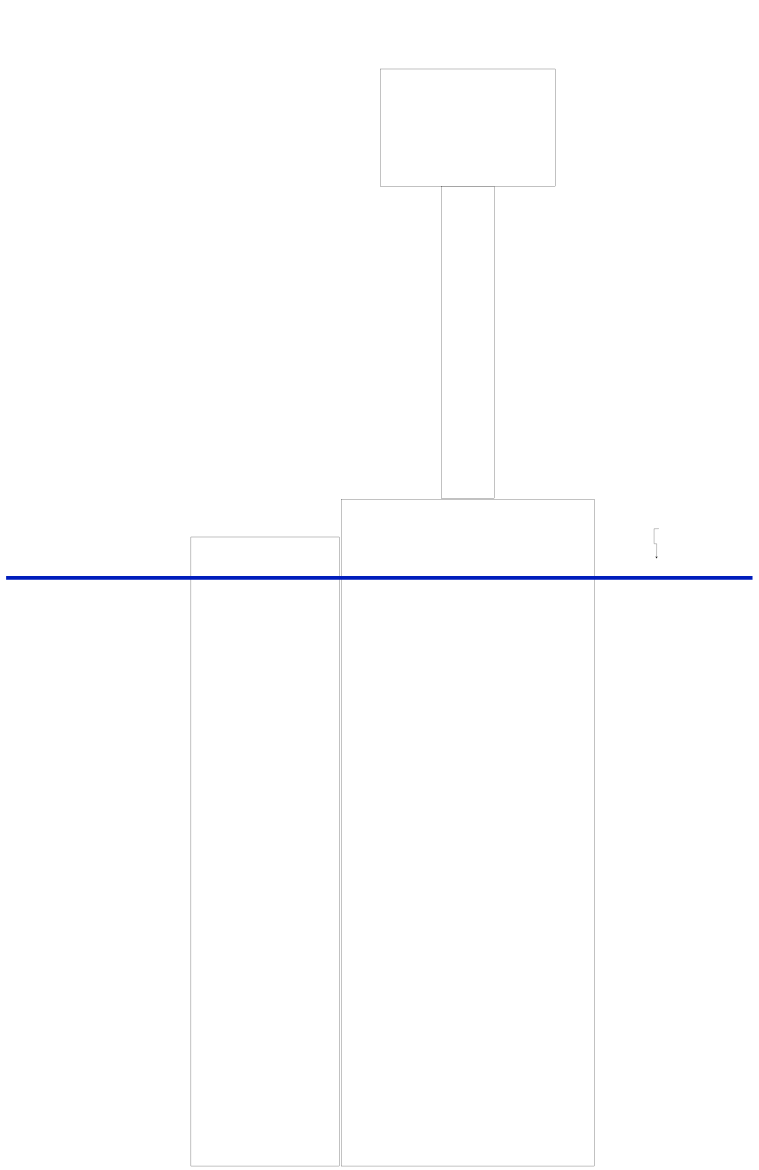
Earlier version of the draw.io diagram Syla Planning.drawio (Bobfrank15/SYLA). Source tidied: cells renumbered, new cells numbered last; positions are measured from the earlier drawing's top-left corner, leaving out a move shared by most shapes. Both pictures are drawn from the tidied source at 24%, with x=0, y=0 at pixel (6, 69).
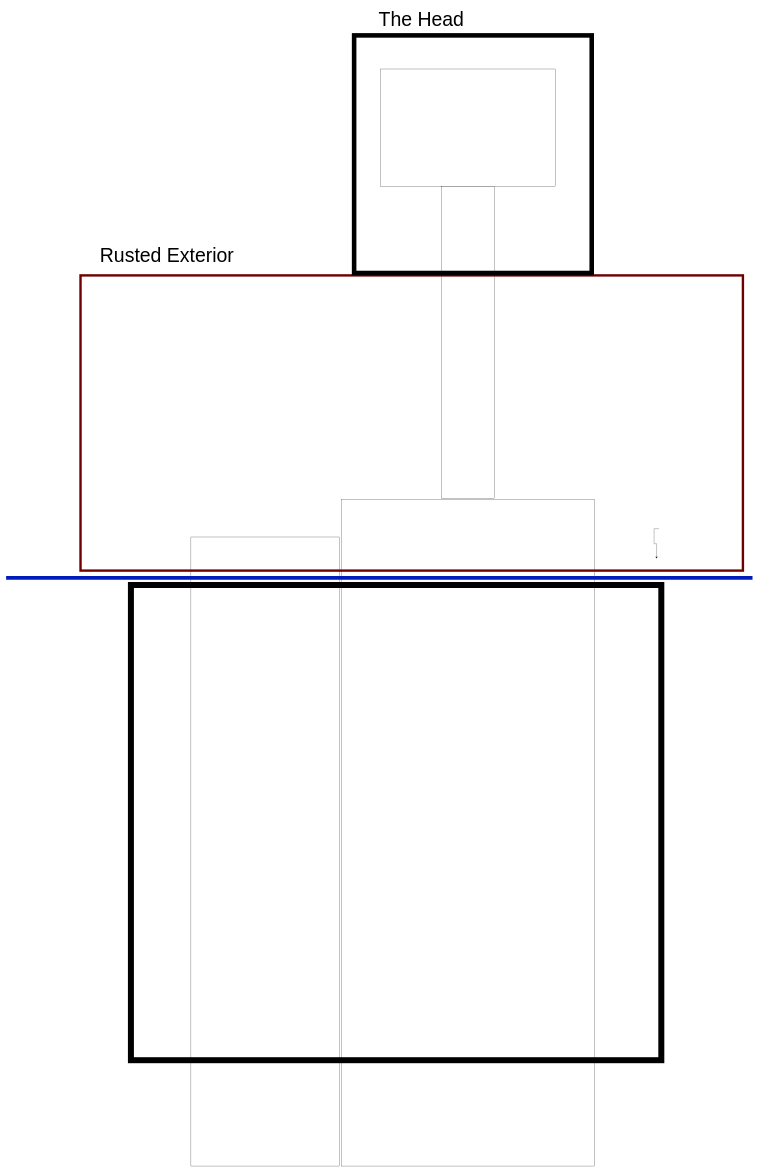
The same diagram, later.

What changed in the source:
```diff
@@
 <mxGraphModel>
   <root>
     <mxCell id="0" />
     <mxCell id="1" parent="0" />
     <mxCell id="2" style="rounded=0;whiteSpace=wrap;html=1;" parent="1" vertex="1">
       <mxGeometry x="1560" width="730" height="490" as="geometry" />
     </mxCell>
     <mxCell id="3" style="rounded=0;whiteSpace=wrap;html=1;" parent="1" vertex="1">
       <mxGeometry x="1815" y="490" width="220" height="1300" as="geometry" />
     </mxCell>
     <mxCell id="4" style="rounded=0;whiteSpace=wrap;html=1;" parent="1" vertex="1">
       <mxGeometry x="1397.5" y="1793" width="1055" height="2778" as="geometry" />
     </mxCell>
     <mxCell id="5" style="edgeStyle=orthogonalEdgeStyle;rounded=0;orthogonalLoop=1;jettySize=auto;html=1;exitX=0;exitY=0.5;exitDx=0;exitDy=0;defaultLabelBackgroundColor=page;" parent="1" edge="1">
       <mxGeometry relative="1" as="geometry">
         <mxPoint x="2720" y="1915" as="sourcePoint" />
         <mxPoint x="2710" y="2040" as="targetPoint" />
       </mxGeometry>
     </mxCell>
     <mxCell id="6" style="edgeStyle=orthogonalEdgeStyle;rounded=0;orthogonalLoop=1;jettySize=auto;html=1;innerLoopWaypoints=1;exitX=0.5;exitY=1;exitDx=0;exitDy=0;defaultLabelBackgroundColor=page;" parent="1" edge="1">
       <mxGeometry relative="1" as="geometry">
         <mxPoint x="2760" y="1952.5" as="sourcePoint" />
         <mxPoint x="2760" y="1952.5" as="targetPoint" />
       </mxGeometry>
     </mxCell>
     <mxCell id="7" style="rounded=0;whiteSpace=wrap;html=1;" parent="1" vertex="1">
       <mxGeometry x="770" y="1950" width="620" height="2621" as="geometry" />
     </mxCell>
     <mxCell id="8" style="endArrow=none;html=1;rounded=0;defaultLabelBackgroundColor=page;fillColor=#0050ef;strokeColor=#001DBC;startSize=60;endSize=51;strokeWidth=16;" parent="1" edge="1">
       <mxGeometry relative="1" as="geometry">
         <mxPoint y="2120" as="sourcePoint" />
         <mxPoint x="3110" y="2120" as="targetPoint" />
       </mxGeometry>
     </mxCell>
+    <mxCell id="9" style="rounded=0;whiteSpace=wrap;html=1;fillColor=none;fontColor=#ffffff;strokeColor=light-dark(#6F0000,#CC0000);strokeWidth=10;" parent="1" vertex="1">
+      <mxGeometry x="310" y="860" width="2760" height="1230" as="geometry" />
+    </mxCell>
+    <mxCell id="10" value="Rusted Exterior" style="text;html=1;whiteSpace=wrap;strokeColor=none;fillColor=none;align=center;verticalAlign=middle;rounded=0;fontSize=81;" parent="1" vertex="1">
+      <mxGeometry x="330" y="710" width="680" height="130" as="geometry" />
+    </mxCell>
+    <mxCell id="11" style="rounded=0;whiteSpace=wrap;html=1;fillColor=none;strokeWidth=19;strokeColor=light-dark(#000000,#81FFFF);" parent="1" vertex="1">
+      <mxGeometry x="1450" y="-140" width="990" height="990" as="geometry" />
+    </mxCell>
+    <mxCell id="12" value="The Head" style="text;html=1;whiteSpace=wrap;strokeColor=none;fillColor=none;align=center;verticalAlign=middle;rounded=0;fontSize=81;" parent="1" vertex="1">
+      <mxGeometry x="1390" y="-270" width="680" height="130" as="geometry" />
+    </mxCell>
+    <mxCell id="13" style="rounded=0;whiteSpace=wrap;html=1;fillColor=none;strokeColor=light-dark(#000000,#F8F8F8);strokeWidth=25;" parent="1" vertex="1">
+      <mxGeometry x="520" y="2150" width="2210" height="1980" as="geometry" />
+    </mxCell>
   </root>
 </mxGraphModel>
```
